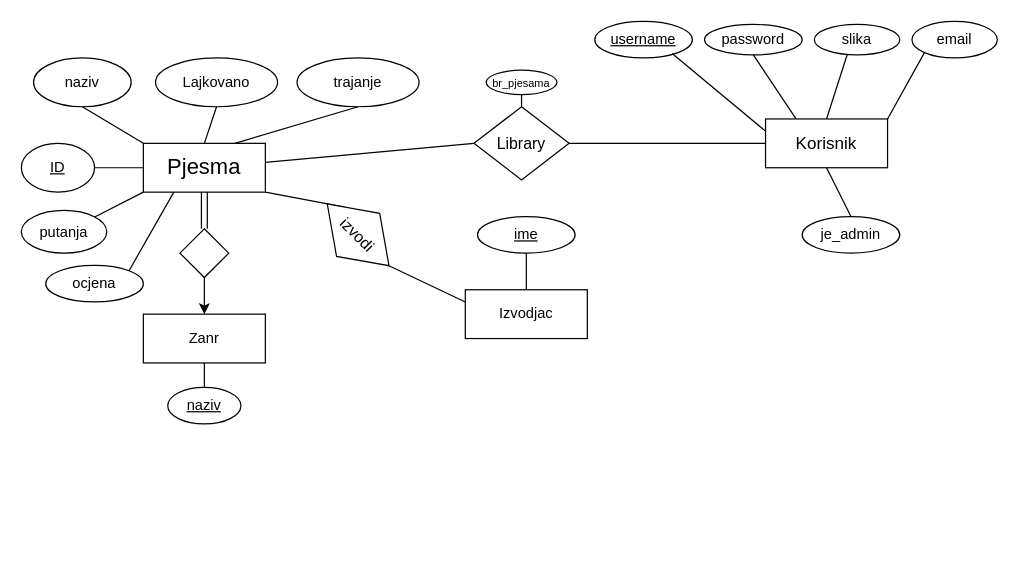
Before: bazaSS.drawio in 535-smilos/it-projekat, a draw.io diagram. Source tidied: cells renumbered, new cells numbered last; positions are measured from the earlier drawing's top-left corner, leaving out a move shared by most shapes. Both pictures are drawn from the tidied source at 122%, with x=0, y=0 at pixel (21, 21).
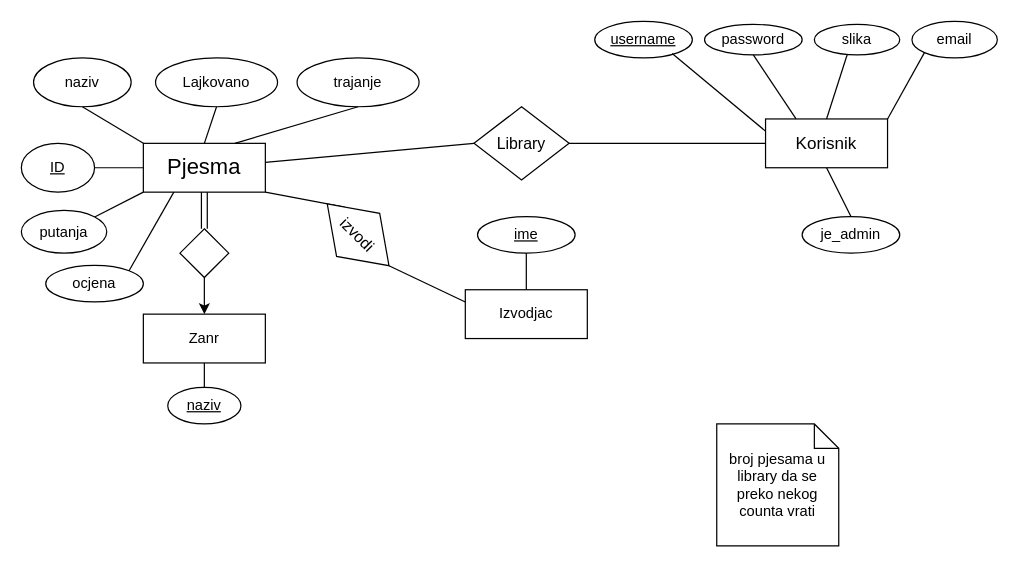
The same diagram, later.

Commit message:
kompletirana baza

The change refers to these unchanged cells:
```xml
<mxCell id="25" value="&lt;span style=&quot;font-size: 13px;&quot;&gt;Library&lt;/span&gt;" style="shape=rhombus;perimeter=rhombusPerimeter;whiteSpace=wrap;html=1;align=center;rotation=0;" parent="1" vertex="1">
  <mxGeometry x="371" y="70" width="78" height="60" as="geometry" />
</mxCell>
```

What changed in the source:
```diff
@@
-    <mxCell id="26" value="&lt;font style=&quot;font-size: 9px;&quot;&gt;br_pjesama&lt;/font&gt;" style="ellipse;whiteSpace=wrap;html=1;align=center;" parent="1" vertex="1">
-      <mxGeometry x="381" y="40" width="58" height="20" as="geometry" />
-    </mxCell>
@@
-    <mxCell id="32" style="endArrow=none;html=1;rounded=0;exitX=0.5;exitY=1;exitDx=0;exitDy=0;entryX=0.5;entryY=0;entryDx=0;entryDy=0;" parent="1" edge="1" source="26" target="25">
-      <mxGeometry relative="1" as="geometry" />
-    </mxCell>
@@
+    <mxCell id="44" value="broj pjesama u library da se preko nekog counta vrati" style="shape=note;size=20;whiteSpace=wrap;html=1;" parent="1" vertex="1">
+      <mxGeometry x="570" y="330" width="100" height="100" as="geometry" />
+    </mxCell>
```
